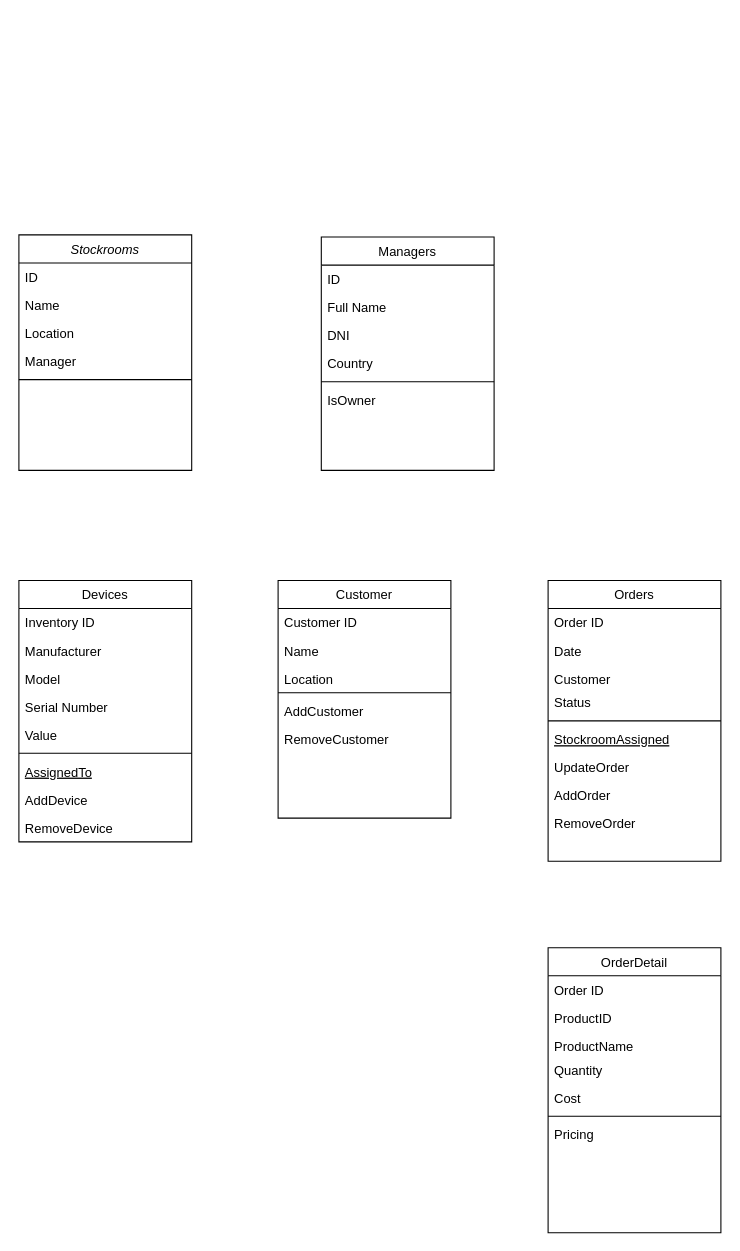
Above: Diagrama sin título.drawio in lzak07/CodeAcademy (draw.io), before the change. Source tidied: cells renumbered, new cells numbered last; positions are measured from the earlier drawing's top-left corner, leaving out a move shared by most shapes. Both pictures are drawn from the tidied source at 108%, with x=0, y=0 at pixel (18, 234).
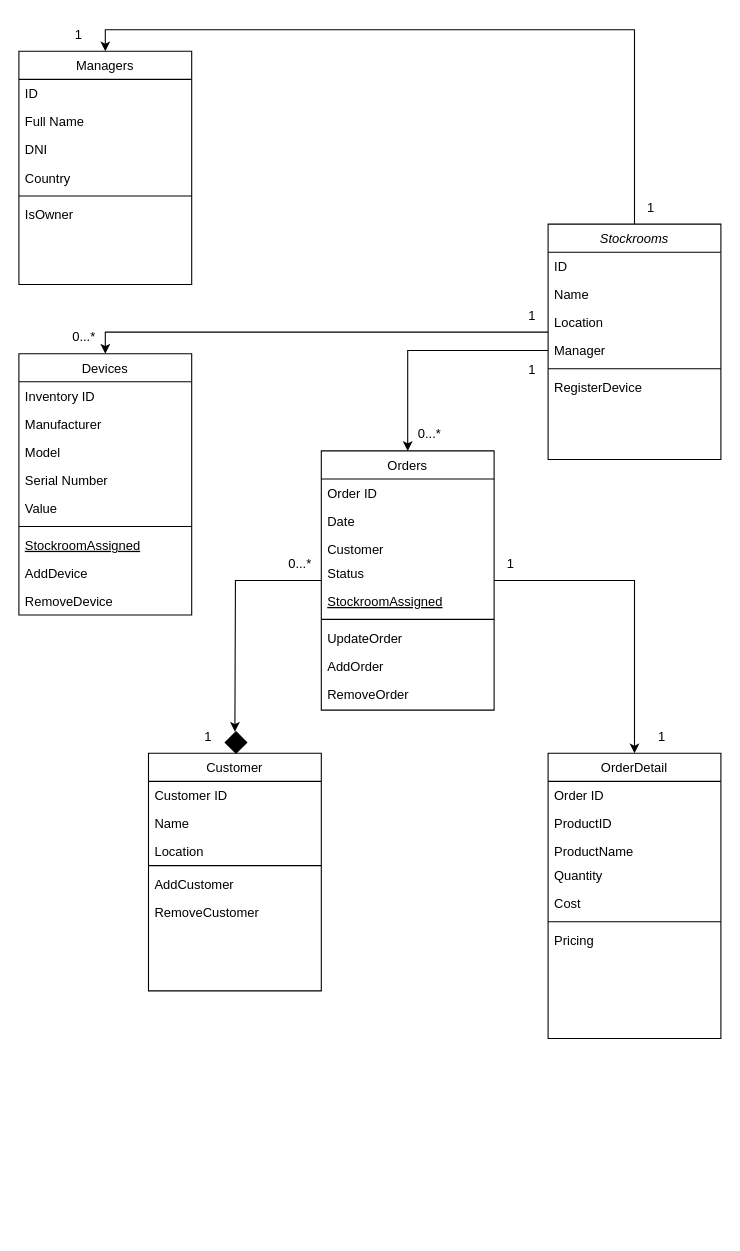
The same page after the edit.

Unchanged cells that the change refers to:
```xml
<mxCell id="6" value="Manager" style="text;align=left;verticalAlign=top;spacingLeft=4;spacingRight=4;overflow=hidden;points=[[0,0.5],[1,0.5]];portConstraint=eastwest;rounded=0;shadow=0;html=0;" parent="2" vertex="1">
  <mxGeometry y="104" width="160" height="26" as="geometry" />
</mxCell>
<mxCell id="36" value="Status" style="text;align=left;verticalAlign=top;spacingLeft=4;spacingRight=4;overflow=hidden;points=[[0,0.5],[1,0.5]];portConstraint=eastwest;rounded=0;shadow=0;html=0;" parent="32" vertex="1">
  <mxGeometry y="100" width="160" height="26" as="geometry" />
</mxCell>
```

Change to the diagram source:
```diff
@@
+    <mxCell id="50" style="edgeStyle=orthogonalEdgeStyle;rounded=0;jettySize=auto;html=1;strokeColor=#000000;entryX=0.5;entryY=0;entryDx=0;entryDy=0;" parent="1" edge="1" source="2" target="8">
+      <mxGeometry relative="1" as="geometry">
+        <Array as="points">
+          <mxPoint x="80" y="90" />
+        </Array>
+      </mxGeometry>
+    </mxCell>
+    <mxCell id="51" style="edgeStyle=orthogonalEdgeStyle;rounded=0;jettySize=auto;html=1;entryX=0.5;entryY=0;entryDx=0;entryDy=0;strokeColor=#000000;startArrow=none;exitX=0.5;exitY=0;exitDx=0;exitDy=0;" parent="1" edge="1" source="2" target="18">
+      <mxGeometry relative="1" as="geometry" />
+    </mxCell>
     <mxCell id="2" value="Stockrooms" style="swimlane;fontStyle=2;align=center;verticalAlign=top;horizontal=1;startSize=26;rounded=0;shadow=0;strokeWidth=1;" parent="1" vertex="1">
-      <mxGeometry width="160" height="218" as="geometry" />
+      <mxGeometry x="490" y="-10" width="160" height="218" as="geometry" />
     </mxCell>
@@
+    <mxCell id="52" value="RegisterDevice" style="text;align=left;verticalAlign=top;spacingLeft=4;spacingRight=4;overflow=hidden;" parent="2" vertex="1">
+      <mxGeometry y="138" width="160" height="26" as="geometry" />
+    </mxCell>
     <mxCell id="8" value="Devices" style="swimlane;fontStyle=0;align=center;verticalAlign=top;horizontal=1;startSize=26;rounded=0;shadow=0;strokeWidth=1;" parent="1" vertex="1">
-      <mxGeometry y="320" width="160" height="242" as="geometry" />
+      <mxGeometry y="110" width="160" height="242" as="geometry" />
     </mxCell>
@@
-    <mxCell id="15" value="AssignedTo" style="text;align=left;verticalAlign=top;spacingLeft=4;spacingRight=4;overflow=hidden;fontStyle=4;" parent="8" vertex="1">
+    <mxCell id="15" value="StockroomAssigned" style="text;align=left;verticalAlign=top;spacingLeft=4;spacingRight=4;overflow=hidden;fontStyle=4;" parent="8" vertex="1">
       <mxGeometry y="164" width="160" height="26" as="geometry" />
     </mxCell>
@@
     <mxCell id="18" value="Managers" style="swimlane;fontStyle=0;align=center;verticalAlign=top;horizontal=1;startSize=26;rounded=0;shadow=0;strokeWidth=1;" parent="1" vertex="1">
-      <mxGeometry x="280" y="2" width="160" height="216" as="geometry" />
+      <mxGeometry y="-170" width="160" height="216" as="geometry" />
     </mxCell>
@@
     <mxCell id="25" value="Customer" style="swimlane;fontStyle=0;align=center;verticalAlign=top;horizontal=1;startSize=26;rounded=0;shadow=0;strokeWidth=1;" parent="1" vertex="1">
-      <mxGeometry x="240" y="320" width="160" height="220" as="geometry" />
+      <mxGeometry x="120" y="480" width="160" height="220" as="geometry" />
     </mxCell>
@@
+    <mxCell id="53" style="edgeStyle=orthogonalEdgeStyle;rounded=0;jettySize=auto;html=1;strokeColor=#000000;" parent="1" edge="1" source="32">
+      <mxGeometry relative="1" as="geometry">
+        <mxPoint x="200" y="460" as="targetPoint" />
+      </mxGeometry>
+    </mxCell>
     <mxCell id="32" value="Orders" style="swimlane;fontStyle=0;align=center;verticalAlign=top;horizontal=1;startSize=26;rounded=0;shadow=0;strokeWidth=1;" parent="1" vertex="1">
-      <mxGeometry x="490" y="320" width="160" height="260" as="geometry" />
+      <mxGeometry x="280" y="200" width="160" height="240" as="geometry" />
     </mxCell>
@@
+    <mxCell id="38" value="StockroomAssigned" style="text;align=left;verticalAlign=top;spacingLeft=4;spacingRight=4;overflow=hidden;fontStyle=4;" parent="32" vertex="1">
+      <mxGeometry y="126" width="160" height="26" as="geometry" />
+    </mxCell>
     <mxCell id="37" style="line;html=1;strokeWidth=1;align=left;verticalAlign=middle;spacingTop=-1;spacingLeft=3;spacingRight=3;labelPosition=right;" parent="32" vertex="1">
-      <mxGeometry y="126" width="160" height="8" as="geometry" />
+      <mxGeometry y="152" width="160" height="8" as="geometry" />
     </mxCell>
-    <mxCell id="38" value="StockroomAssigned" style="text;align=left;verticalAlign=top;spacingLeft=4;spacingRight=4;overflow=hidden;fontStyle=4;" parent="32" vertex="1">
-      <mxGeometry y="134" width="160" height="26" as="geometry" />
-    </mxCell>
@@
     <mxCell id="42" value="OrderDetail" style="swimlane;fontStyle=0;align=center;verticalAlign=top;horizontal=1;startSize=26;rounded=0;shadow=0;strokeWidth=1;" parent="1" vertex="1">
-      <mxGeometry x="490" y="660" width="160" height="264" as="geometry" />
+      <mxGeometry x="490" y="480" width="160" height="264" as="geometry" />
     </mxCell>
@@
+    <mxCell id="54" value="1" style="text;html=1;align=center;verticalAlign=middle;strokeColor=none;fillColor=none;" parent="1" vertex="1">
+      <mxGeometry x="580" y="450" width="30" height="30" as="geometry" />
+    </mxCell>
+    <mxCell id="55" style="rhombus;whiteSpace=wrap;html=1;fillColor=#000000;" parent="1" vertex="1">
+      <mxGeometry x="191" y="460" width="20" height="20" as="geometry" />
+    </mxCell>
+    <mxCell id="56" value="0...*" style="text;html=1;align=center;verticalAlign=middle;strokeColor=none;fillColor=none;" parent="1" vertex="1">
+      <mxGeometry x="240" y="290" width="40" height="30" as="geometry" />
+    </mxCell>
+    <mxCell id="57" style="edgeStyle=orthogonalEdgeStyle;rounded=0;jettySize=auto;html=1;entryX=0.5;entryY=0;entryDx=0;entryDy=0;strokeColor=#000000;" parent="1" edge="1" source="36" target="42">
+      <mxGeometry relative="1" as="geometry">
+        <Array as="points">
+          <mxPoint x="570" y="320" />
+        </Array>
+      </mxGeometry>
+    </mxCell>
+    <mxCell id="58" value="1" style="text;html=1;align=center;verticalAlign=middle;strokeColor=none;fillColor=none;" parent="1" vertex="1">
+      <mxGeometry x="440" y="290" width="30" height="30" as="geometry" />
+    </mxCell>
+    <mxCell id="59" style="edgeStyle=orthogonalEdgeStyle;rounded=0;jettySize=auto;html=1;entryX=0.5;entryY=0;entryDx=0;entryDy=0;strokeColor=#000000;" parent="1" edge="1" source="6" target="32">
+      <mxGeometry relative="1" as="geometry" />
+    </mxCell>
+    <mxCell id="60" value="0...*" style="text;html=1;align=center;verticalAlign=middle;strokeColor=none;fillColor=none;" parent="1" vertex="1">
+      <mxGeometry x="360" y="170" width="40" height="30" as="geometry" />
+    </mxCell>
+    <mxCell id="61" value="1" style="text;html=1;align=center;verticalAlign=middle;strokeColor=none;fillColor=none;" parent="1" vertex="1">
+      <mxGeometry x="460" y="60" width="30" height="30" as="geometry" />
+    </mxCell>
+    <mxCell id="62" value="1" style="text;html=1;align=center;verticalAlign=middle;strokeColor=none;fillColor=none;" parent="1" vertex="1">
+      <mxGeometry x="460" y="110" width="30" height="30" as="geometry" />
+    </mxCell>
+    <mxCell id="63" value="0...*" style="text;html=1;align=center;verticalAlign=middle;strokeColor=none;fillColor=none;" parent="1" vertex="1">
+      <mxGeometry x="40" y="80" width="40" height="30" as="geometry" />
+    </mxCell>
+    <mxCell id="64" value="1" style="text;html=1;align=center;verticalAlign=middle;strokeColor=none;fillColor=none;" parent="1" vertex="1">
+      <mxGeometry x="570" y="-40" width="30" height="30" as="geometry" />
+    </mxCell>
+    <mxCell id="65" value="1" style="text;html=1;align=center;verticalAlign=middle;strokeColor=none;fillColor=none;" parent="1" vertex="1">
+      <mxGeometry x="40" y="-200" width="30" height="30" as="geometry" />
+    </mxCell>
+    <mxCell id="66" value="1" style="text;html=1;align=center;verticalAlign=middle;strokeColor=none;fillColor=none;" parent="1" vertex="1">
+      <mxGeometry x="160" y="450" width="30" height="30" as="geometry" />
+    </mxCell>
```
